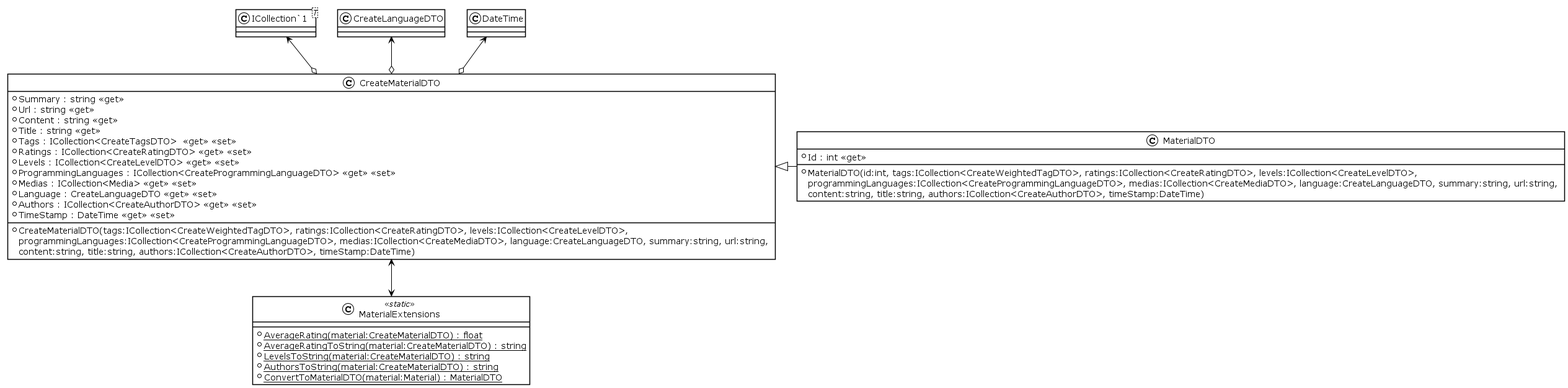
Above: Documentation/UML/Images/MaterialDTO.png in ahja-itu/BDSA2021-FinalProject (PlantUML), before the change.
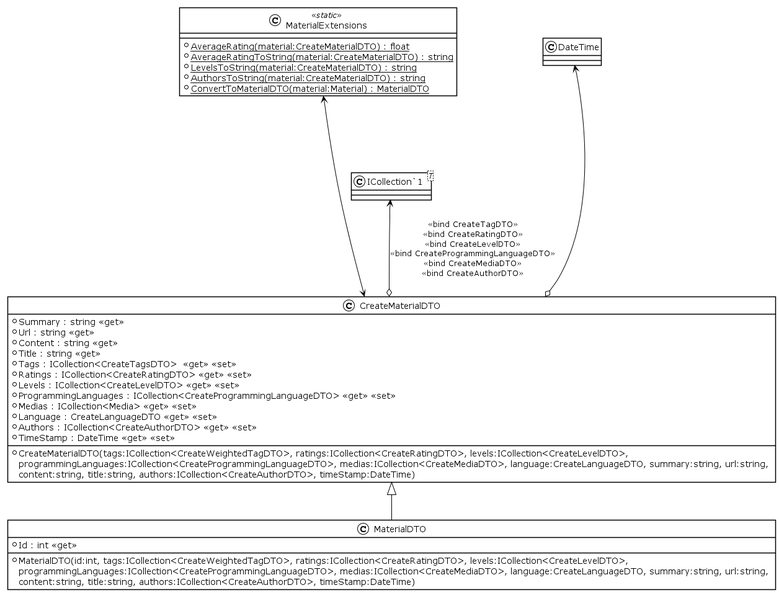
After the commit.

The edit, as a diff of the source:
```diff
@@ -30,9 +30,9 @@
 class "ICollection`1"<T> {
 }
 
-CreateMaterialDTO <|- MaterialDTO
-"ICollection`1" <--o CreateMaterialDTO
-CreateLanguageDTO <--o CreateMaterialDTO
-DateTime <--o CreateMaterialDTO
-CreateMaterialDTO <--> MaterialExtensions
+CreateMaterialDTO <|-d- MaterialDTO
+DateTime <----o CreateMaterialDTO
+CreateMaterialDTO <-u---> MaterialExtensions
+
+"ICollection`1" <--o CreateMaterialDTO : <<bind CreateTagDTO>>\n<<bind CreateRatingDTO>>\n<<bind CreateLevelDTO>>\n<<bind CreateProgrammingLanguageDTO>>\n<<bind CreateMediaDTO>>\n<<bind CreateAuthorDTO>>
 @enduml
```
